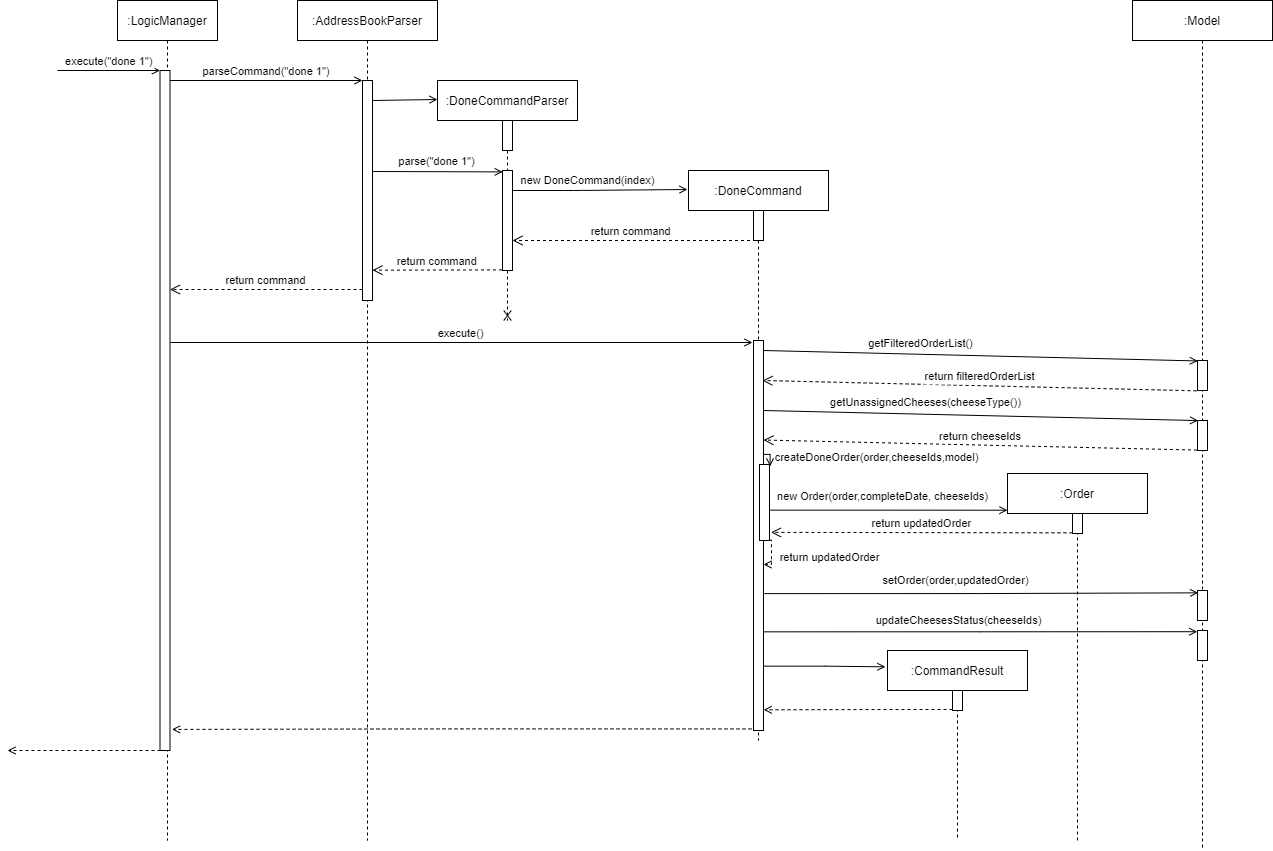
The draw.io diagram docs/images/DoneCommandSeqDiagram.png in nus-cs2103-AY2021S2/tp, before a commit. Source tidied: cells renumbered, new cells last; positions are measured from the earlier drawing's top-left corner, leaving out a move shared by most shapes.
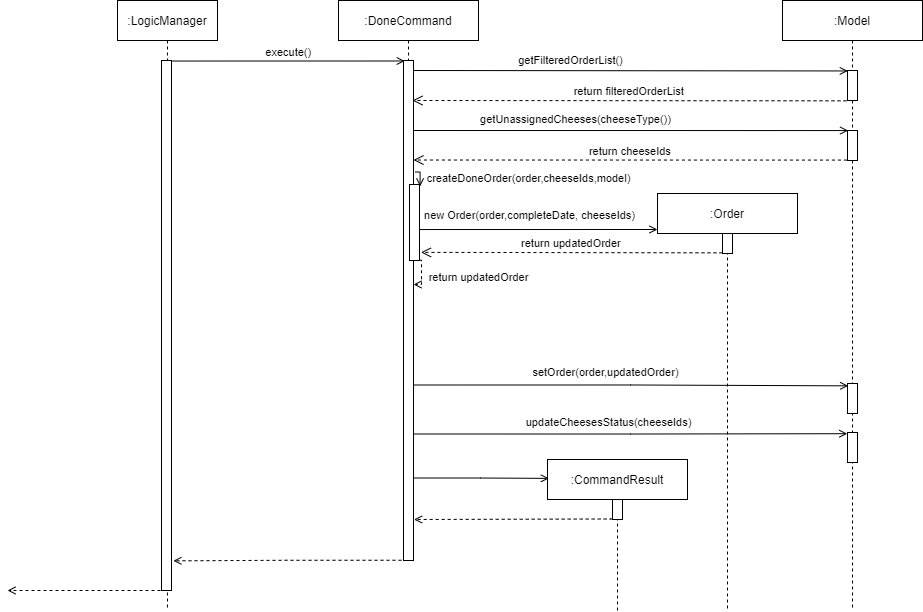
After the change.

What changed in the source:
```diff
@@ -3,104 +3,35 @@
     <mxCell id="0" />
     <mxCell id="1" parent="0" />
     <mxCell id="2" value=":LogicManager" style="shape=umlLifeline;perimeter=lifelinePerimeter;rounded=0;shadow=0;strokeWidth=1;" parent="1" vertex="1">
-      <mxGeometry x="110" width="100" height="840" as="geometry" />
+      <mxGeometry x="460" y="280" width="100" height="610" as="geometry" />
     </mxCell>
     <mxCell id="3" style="points=[];perimeter=orthogonalPerimeter;rounded=0;shadow=0;strokeWidth=1;" parent="2" vertex="1">
-      <mxGeometry x="42.5" y="70" width="10" height="680" as="geometry" />
+      <mxGeometry x="44" y="60" width="10" height="530" as="geometry" />
     </mxCell>
-    <mxCell id="4" value="execute(&quot;done 1&quot;)" style="verticalAlign=bottom;startArrow=none;endArrow=open;startSize=8;shadow=0;strokeWidth=1;startFill=0;endFill=0;" parent="2" edge="1" target="3">
-      <mxGeometry relative="1" as="geometry">
-        <mxPoint x="-60" y="70" as="sourcePoint" />
-      </mxGeometry>
-    </mxCell>
-    <mxCell id="5" value=":AddressBookParser" style="shape=umlLifeline;perimeter=lifelinePerimeter;rounded=0;shadow=0;strokeWidth=1;" parent="1" vertex="1">
-      <mxGeometry x="290" width="140" height="840" as="geometry" />
-    </mxCell>
-    <mxCell id="6" style="points=[];perimeter=orthogonalPerimeter;rounded=0;shadow=0;strokeWidth=1;" parent="5" vertex="1">
-      <mxGeometry x="65" y="80" width="10" height="220" as="geometry" />
-    </mxCell>
-    <mxCell id="7" value="return command" style="verticalAlign=bottom;endArrow=open;dashed=1;endSize=8;exitX=0;exitY=0.95;shadow=0;strokeWidth=1;" parent="1" edge="1" source="6" target="3">
-      <mxGeometry relative="1" as="geometry" />
-    </mxCell>
-    <mxCell id="8" value="parseCommand(&quot;done 1&quot;)" style="verticalAlign=bottom;endArrow=open;entryX=0;entryY=0;shadow=0;strokeWidth=1;endFill=0;" parent="1" edge="1" source="3" target="6">
-      <mxGeometry relative="1" as="geometry" />
-    </mxCell>
-    <mxCell id="9" value=":DoneCommandParser" style="shape=umlLifeline;perimeter=lifelinePerimeter;rounded=0;shadow=0;strokeWidth=1;" parent="1" vertex="1">
-      <mxGeometry x="430" y="80" width="140" height="240" as="geometry" />
-    </mxCell>
-    <mxCell id="10" style="perimeter=orthogonalPerimeter;rounded=0;shadow=0;strokeWidth=1;" parent="9" vertex="1">
-      <mxGeometry x="65" y="40" width="10" height="30" as="geometry" />
-    </mxCell>
-    <mxCell id="11" style="points=[];perimeter=orthogonalPerimeter;rounded=0;shadow=0;strokeWidth=1;" parent="9" vertex="1">
-      <mxGeometry x="65" y="90" width="10" height="100" as="geometry" />
-    </mxCell>
-    <mxCell id="12" style="shape=umlDestroy;whiteSpace=wrap;html=1;strokeWidth=1;" parent="9" vertex="1">
-      <mxGeometry x="66.2" y="230" width="7.5" height="10" as="geometry" />
-    </mxCell>
-    <mxCell id="13" style="verticalAlign=bottom;endArrow=open;shadow=0;strokeWidth=1;endFill=0;" parent="1" edge="1">
-      <mxGeometry relative="1" as="geometry">
-        <mxPoint x="365" y="100" as="sourcePoint" />
-        <mxPoint x="430" y="99" as="targetPoint" />
-      </mxGeometry>
-    </mxCell>
-    <mxCell id="14" style="verticalAlign=bottom;endArrow=open;shadow=0;strokeWidth=1;endFill=0;entryX=0.017;entryY=0.014;entryDx=0;entryDy=0;entryPerimeter=0;" parent="1" edge="1" target="11">
-      <mxGeometry relative="1" as="geometry">
-        <mxPoint x="365" y="171" as="sourcePoint" />
-      </mxGeometry>
-    </mxCell>
-    <mxCell id="15" value="parse(&quot;done 1&quot;)" style="edgeLabel;html=1;align=center;verticalAlign=middle;" parent="14" vertex="1">
-      <mxGeometry x="-0.47" y="-1" relative="1" as="geometry">
-        <mxPoint x="29.1" y="-12" as="offset" />
-      </mxGeometry>
-    </mxCell>
     <mxCell id="16" value=":DoneCommand" style="shape=umlLifeline;perimeter=lifelinePerimeter;rounded=0;shadow=0;strokeWidth=1;" parent="1" vertex="1">
-      <mxGeometry x="681" y="170" width="140" height="570" as="geometry" />
+      <mxGeometry x="681" y="280" width="140" height="560" as="geometry" />
     </mxCell>
-    <mxCell id="17" style="perimeter=orthogonalPerimeter;rounded=0;shadow=0;strokeWidth=1;" parent="16" vertex="1">
-      <mxGeometry x="65" y="40" width="10" height="30" as="geometry" />
-    </mxCell>
-    <mxCell id="18" style="verticalAlign=bottom;endArrow=open;shadow=0;strokeWidth=1;endFill=0;" parent="16" edge="1">
-      <mxGeometry relative="1" as="geometry">
-        <mxPoint x="-176" y="20" as="sourcePoint" />
-        <mxPoint x="-1" y="19" as="targetPoint" />
-        <Array as="points">
-          <mxPoint x="-115" y="20" />
-        </Array>
-      </mxGeometry>
-    </mxCell>
-    <mxCell id="19" value="new DoneCommand(index)" style="edgeLabel;html=1;align=center;verticalAlign=middle;" parent="18" vertex="1">
-      <mxGeometry x="-0.47" y="-1" relative="1" as="geometry">
-        <mxPoint x="28.1" y="-12" as="offset" />
-      </mxGeometry>
-    </mxCell>
     <mxCell id="20" style="points=[];perimeter=orthogonalPerimeter;rounded=0;shadow=0;strokeWidth=1;" parent="16" vertex="1">
-      <mxGeometry x="65" y="170" width="10" height="390" as="geometry" />
+      <mxGeometry x="65" y="60" width="10" height="500" as="geometry" />
     </mxCell>
-    <mxCell id="21" value="return command" style="verticalAlign=bottom;endArrow=open;dashed=1;endSize=8;exitX=0;exitY=0.95;shadow=0;strokeWidth=1;" parent="1" edge="1" target="11">
-      <mxGeometry relative="1" as="geometry">
-        <mxPoint x="742.5" y="240" as="sourcePoint" />
-      </mxGeometry>
-    </mxCell>
-    <mxCell id="22" value="return command" style="verticalAlign=bottom;endArrow=open;dashed=1;endSize=8;shadow=0;strokeWidth=1;exitX=-0.052;exitY=0.994;exitDx=0;exitDy=0;exitPerimeter=0;" parent="1" edge="1" source="11">
-      <mxGeometry relative="1" as="geometry">
-        <mxPoint x="365" y="269.7" as="targetPoint" />
-      </mxGeometry>
-    </mxCell>
-    <mxCell id="23" value="execute()" style="verticalAlign=bottom;endArrow=open;shadow=0;strokeWidth=1;endFill=0;" parent="1" edge="1">
-      <mxGeometry relative="1" as="geometry">
-        <mxPoint x="163" y="342" as="sourcePoint" />
-        <mxPoint x="745" y="342" as="targetPoint" />
-      </mxGeometry>
+    <mxCell id="23" value="execute()" style="verticalAlign=bottom;endArrow=open;shadow=0;strokeWidth=1;endFill=0;exitX=1.072;exitY=0.001;exitDx=0;exitDy=0;exitPerimeter=0;entryX=0.122;entryY=0.001;entryDx=0;entryDy=0;entryPerimeter=0;" parent="1" edge="1" source="3" target="20">
+      <mxGeometry relative="1" as="geometry" />
     </mxCell>
     <mxCell id="24" value=":Model" style="shape=umlLifeline;perimeter=lifelinePerimeter;rounded=0;shadow=0;strokeWidth=1;" parent="1" vertex="1">
-      <mxGeometry x="1125" width="140" height="850" as="geometry" />
+      <mxGeometry x="1125" y="280" width="140" height="610" as="geometry" />
     </mxCell>
     <mxCell id="25" style="points=[];perimeter=orthogonalPerimeter;rounded=0;shadow=0;strokeWidth=1;" parent="24" vertex="1">
-      <mxGeometry x="65" y="360" width="10" height="30" as="geometry" />
+      <mxGeometry x="65" y="70" width="10" height="30" as="geometry" />
     </mxCell>
     <mxCell id="26" style="points=[];perimeter=orthogonalPerimeter;rounded=0;shadow=0;strokeWidth=1;" parent="24" vertex="1">
-      <mxGeometry x="65" y="420" width="10" height="30" as="geometry" />
+      <mxGeometry x="65" y="130" width="10" height="30" as="geometry" />
     </mxCell>
+    <mxCell id="46" style="points=[];perimeter=orthogonalPerimeter;rounded=0;shadow=0;strokeWidth=1;" parent="24" vertex="1">
+      <mxGeometry x="65" y="432" width="10" height="30" as="geometry" />
+    </mxCell>
+    <mxCell id="43" style="points=[];perimeter=orthogonalPerimeter;rounded=0;shadow=0;strokeWidth=1;" parent="24" vertex="1">
+      <mxGeometry x="65" y="383" width="10" height="30" as="geometry" />
+    </mxCell>
     <mxCell id="27" style="verticalAlign=bottom;endArrow=open;shadow=0;strokeWidth=1;endFill=0;entryX=0.033;entryY=0.015;entryDx=0;entryDy=0;entryPerimeter=0;" parent="1" edge="1" target="25">
       <mxGeometry relative="1" as="geometry">
         <mxPoint x="755.8" y="350" as="sourcePoint" />
@@ -131,11 +62,12 @@
         <mxPoint x="756" y="439.5" as="targetPoint" />
       </mxGeometry>
     </mxCell>
-    <mxCell id="33" style="edgeStyle=orthogonalEdgeStyle;rounded=0;jettySize=auto;html=1;entryX=0;entryY=0.1;entryDx=0;entryDy=0;entryPerimeter=0;startArrow=none;startFill=0;endArrow=open;endFill=0;strokeColor=#000000;fontColor=#000000;" parent="1" edge="1" target="38">
+    <mxCell id="33" style="edgeStyle=orthogonalEdgeStyle;rounded=0;jettySize=auto;html=1;startArrow=none;startFill=0;endArrow=open;endFill=0;strokeColor=#000000;fontColor=#000000;exitX=0.948;exitY=0.402;exitDx=0;exitDy=0;exitPerimeter=0;" parent="1" edge="1" source="37">
       <mxGeometry relative="1" as="geometry">
-        <mxPoint x="757" y="497" as="sourcePoint" />
+        <mxPoint x="1000" y="509" as="targetPoint" />
         <Array as="points">
           <mxPoint x="757" y="509" />
+          <mxPoint x="1000" y="509" />
         </Array>
       </mxGeometry>
     </mxCell>
@@ -162,25 +94,22 @@
       <mxGeometry x="752" y="464" width="10" height="76" as="geometry" />
     </mxCell>
     <mxCell id="38" value=":Order" style="shape=umlLifeline;perimeter=lifelinePerimeter;rounded=0;shadow=0;strokeWidth=1;" parent="1" vertex="1">
-      <mxGeometry x="1000" y="473" width="140" height="367" as="geometry" />
+      <mxGeometry x="1000" y="473" width="140" height="417" as="geometry" />
     </mxCell>
     <mxCell id="39" style="points=[];perimeter=orthogonalPerimeter;rounded=0;shadow=0;strokeWidth=1;" parent="38" vertex="1">
       <mxGeometry x="65" y="40" width="10" height="20" as="geometry" />
     </mxCell>
-    <mxCell id="40" style="verticalAlign=bottom;endArrow=open;shadow=0;strokeWidth=1;endFill=0;exitX=0.943;exitY=0.292;exitDx=0;exitDy=0;exitPerimeter=0;rounded=0;edgeStyle=orthogonalEdgeStyle;entryX=1.057;entryY=0.025;entryDx=0;entryDy=0;entryPerimeter=0;" parent="1" edge="1" source="20" target="37">
+    <mxCell id="40" style="verticalAlign=bottom;endArrow=open;shadow=0;strokeWidth=1;endFill=0;exitX=1.157;exitY=0.223;exitDx=0;exitDy=0;exitPerimeter=0;rounded=0;edgeStyle=orthogonalEdgeStyle;entryX=1.057;entryY=0.025;entryDx=0;entryDy=0;entryPerimeter=0;" parent="1" edge="1" source="20" target="37">
       <mxGeometry relative="1" as="geometry" />
     </mxCell>
     <mxCell id="41" value="createDoneOrder(order,cheeseIds,model)" style="edgeLabel;html=1;align=center;verticalAlign=middle;" parent="40" vertex="1">
       <mxGeometry x="-0.47" y="-1" relative="1" as="geometry">
-        <mxPoint x="108" y="1.5" as="offset" />
+        <mxPoint x="109" y="5.9" as="offset" />
       </mxGeometry>
     </mxCell>
     <mxCell id="42" value="return updatedOrder" style="verticalAlign=bottom;endArrow=open;dashed=1;endSize=8;shadow=0;strokeWidth=1;exitX=-0.005;exitY=0.967;exitDx=0;exitDy=0;exitPerimeter=0;entryX=1.152;entryY=0.893;entryDx=0;entryDy=0;entryPerimeter=0;" parent="1" edge="1" source="39" target="37">
       <mxGeometry relative="1" as="geometry" />
     </mxCell>
-    <mxCell id="43" style="points=[];perimeter=orthogonalPerimeter;rounded=0;shadow=0;strokeWidth=1;" parent="1" vertex="1">
-      <mxGeometry x="1190" y="590" width="10" height="30" as="geometry" />
-    </mxCell>
     <mxCell id="44" style="edgeStyle=orthogonalEdgeStyle;rounded=0;jettySize=auto;html=1;entryX=0.067;entryY=0.078;entryDx=0;entryDy=0;entryPerimeter=0;startArrow=none;startFill=0;endArrow=open;endFill=0;strokeColor=#000000;fontColor=#000000;exitX=1.1;exitY=0.649;exitDx=0;exitDy=0;exitPerimeter=0;" parent="1" edge="1" source="20" target="43">
       <mxGeometry relative="1" as="geometry" />
     </mxCell>
@@ -189,9 +118,6 @@
         <mxPoint y="-15.2" as="offset" />
       </mxGeometry>
     </mxCell>
-    <mxCell id="46" style="points=[];perimeter=orthogonalPerimeter;rounded=0;shadow=0;strokeWidth=1;" parent="1" vertex="1">
-      <mxGeometry x="1190" y="630" width="10" height="30" as="geometry" />
-    </mxCell>
     <mxCell id="47" style="edgeStyle=orthogonalEdgeStyle;rounded=0;jettySize=auto;html=1;entryX=-0.02;entryY=0.04;entryDx=0;entryDy=0;entryPerimeter=0;startArrow=none;startFill=0;endArrow=open;endFill=0;strokeColor=#000000;fontColor=#000000;exitX=1.02;exitY=0.747;exitDx=0;exitDy=0;exitPerimeter=0;" parent="1" edge="1" source="20" target="46">
       <mxGeometry relative="1" as="geometry" />
     </mxCell>
@@ -201,27 +127,31 @@
       </mxGeometry>
     </mxCell>
     <mxCell id="49" value=":CommandResult" style="shape=umlLifeline;perimeter=lifelinePerimeter;rounded=0;shadow=0;strokeWidth=1;" parent="1" vertex="1">
-      <mxGeometry x="880" y="650" width="140" height="190" as="geometry" />
+      <mxGeometry x="890" y="739" width="140" height="151" as="geometry" />
     </mxCell>
     <mxCell id="50" style="points=[];perimeter=orthogonalPerimeter;rounded=0;shadow=0;strokeWidth=1;" parent="49" vertex="1">
       <mxGeometry x="65" y="40" width="10" height="20" as="geometry" />
     </mxCell>
-    <mxCell id="51" style="edgeStyle=orthogonalEdgeStyle;rounded=0;jettySize=auto;html=1;entryX=-0.015;entryY=0.086;entryDx=0;entryDy=0;entryPerimeter=0;startArrow=none;startFill=0;endArrow=open;endFill=0;strokeColor=#000000;fontColor=#000000;exitX=0.98;exitY=0.835;exitDx=0;exitDy=0;exitPerimeter=0;" parent="1" edge="1" source="20" target="49">
+    <mxCell id="51" style="edgeStyle=orthogonalEdgeStyle;rounded=0;jettySize=auto;html=1;startArrow=none;startFill=0;endArrow=open;endFill=0;strokeColor=#000000;fontColor=#000000;exitX=0.98;exitY=0.835;exitDx=0;exitDy=0;exitPerimeter=0;entryX=0.01;entryY=0.125;entryDx=0;entryDy=0;entryPerimeter=0;" parent="1" edge="1" source="20" target="49">
       <mxGeometry relative="1" as="geometry" />
     </mxCell>
-    <mxCell id="52" style="edgeStyle=orthogonalEdgeStyle;rounded=0;jettySize=auto;html=1;entryX=1.02;entryY=0.947;entryDx=0;entryDy=0;entryPerimeter=0;startArrow=none;startFill=0;endArrow=open;endFill=0;strokeColor=#000000;fontColor=#000000;dashed=1;" parent="1" edge="1" target="20">
+    <mxCell id="52" style="edgeStyle=orthogonalEdgeStyle;rounded=0;jettySize=auto;html=1;entryX=1.052;entryY=0.918;entryDx=0;entryDy=0;entryPerimeter=0;startArrow=none;startFill=0;endArrow=open;endFill=0;strokeColor=#000000;fontColor=#000000;dashed=1;exitX=0.017;exitY=0.976;exitDx=0;exitDy=0;exitPerimeter=0;" parent="1" edge="1" source="50" target="20">
       <mxGeometry relative="1" as="geometry">
-        <mxPoint x="945" y="709" as="sourcePoint" />
+        <Array as="points">
+          <mxPoint x="953" y="798" />
+        </Array>
       </mxGeometry>
     </mxCell>
-    <mxCell id="53" style="edgeStyle=orthogonalEdgeStyle;rounded=0;jettySize=auto;html=1;entryX=1.198;entryY=0.969;entryDx=0;entryDy=0;entryPerimeter=0;dashed=1;startArrow=none;startFill=0;endArrow=open;endFill=0;strokeColor=#000000;fontColor=#000000;exitX=-0.2;exitY=0.996;exitDx=0;exitDy=0;exitPerimeter=0;" parent="1" edge="1" source="20" target="3">
-      <mxGeometry relative="1" as="geometry" />
-    </mxCell>
     <mxCell id="54" style="edgeStyle=orthogonalEdgeStyle;rounded=0;orthogonalLoop=1;jettySize=auto;html=1;dashed=1;startArrow=none;startFill=0;endArrow=open;endFill=0;strokeColor=#000000;fontColor=#000000;" parent="1" edge="1">
       <mxGeometry relative="1" as="geometry">
-        <mxPoint x="153" y="750" as="sourcePoint" />
-        <mxPoint y="750" as="targetPoint" />
+        <mxPoint x="503" y="870" as="sourcePoint" />
+        <mxPoint x="350" y="870" as="targetPoint" />
       </mxGeometry>
     </mxCell>
+    <mxCell id="55" style="edgeStyle=orthogonalEdgeStyle;rounded=0;jettySize=auto;html=1;dashed=1;startArrow=none;startFill=0;endArrow=open;endFill=0;strokeColor=#000000;fontColor=#000000;entryX=1.19;entryY=0.944;entryDx=0;entryDy=0;entryPerimeter=0;" parent="1" edge="1" target="3">
+      <mxGeometry relative="1" as="geometry">
+        <mxPoint x="744" y="839.8" as="sourcePoint" />
+      </mxGeometry>
+    </mxCell>
   </root>
 </mxGraphModel>
```
